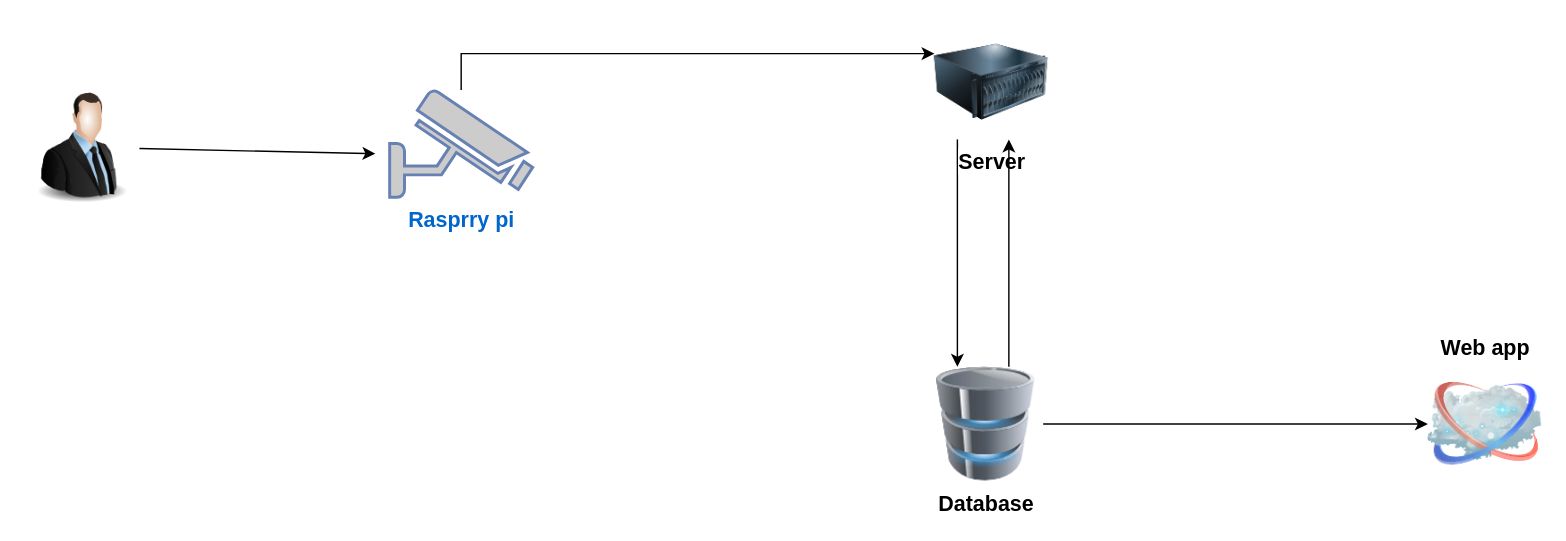
Linhnef/pythonProject keeps this draw.io diagram as Untitled Diagram.drawio. Above is the earlier version. Source tidied: cells renumbered, new cells numbered last; positions are measured from the earlier drawing's top-left corner, leaving out a move shared by most shapes. Both pictures are drawn from the tidied source at 143%, with x=0, y=0 at pixel (24, 24).
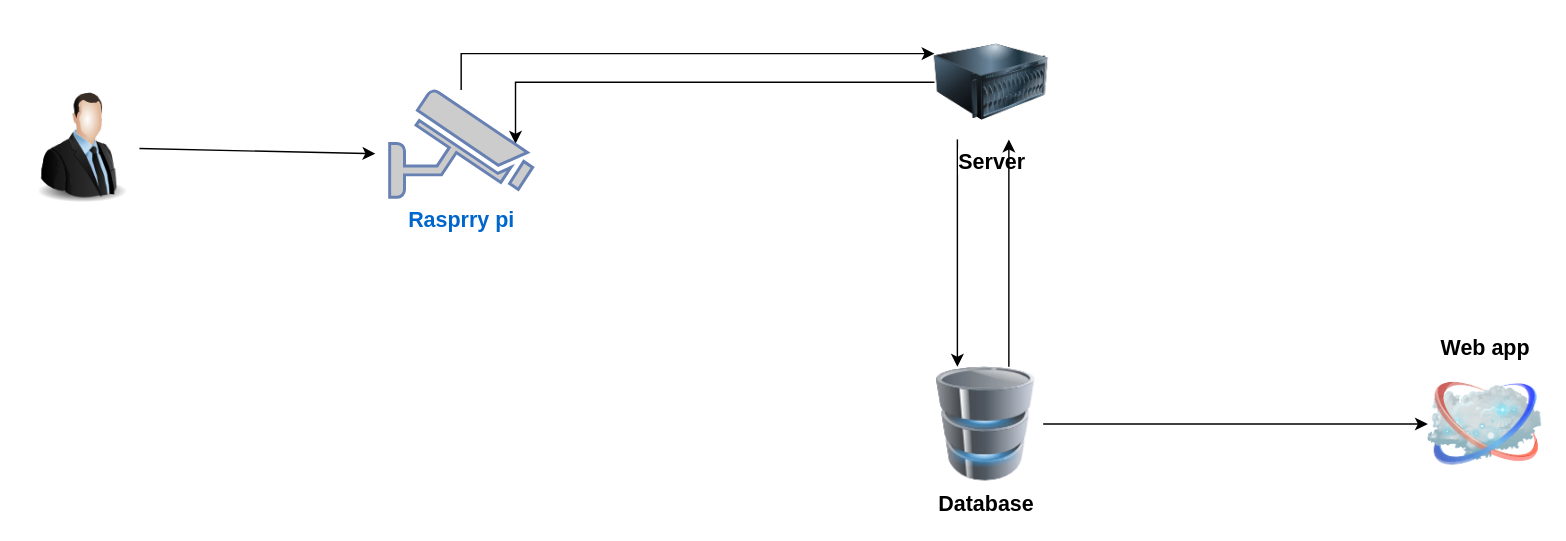
The same page after the edit.

The change refers to these unchanged cells:
```xml
<mxCell id="4" value="&lt;font style=&quot;font-size: 15px&quot;&gt;&lt;b&gt;Server&lt;/b&gt;&lt;/font&gt;" style="image;html=1;image=img/lib/clip_art/computers/Server_128x128.png;" parent="1" vertex="1">
  <mxGeometry x="636" width="80" height="80" as="geometry" />
</mxCell>
<mxCell id="10" value="&lt;font style=&quot;font-size: 15px&quot;&gt;&lt;b&gt;Rasprry pi&lt;/b&gt;&lt;/font&gt;" style="fontColor=#0066CC;verticalAlign=top;verticalLabelPosition=bottom;labelPosition=center;align=center;html=1;outlineConnect=0;fillColor=#CCCCCC;strokeColor=#6881B3;gradientColor=none;gradientDirection=north;strokeWidth=2;shape=mxgraph.networks.security_camera;" parent="1" vertex="1">
  <mxGeometry x="255" y="45.5" width="100" height="75" as="geometry" />
</mxCell>
```

Diff of the diagram source:
```diff
@@
+    <mxCell id="12" style="edgeStyle=orthogonalEdgeStyle;rounded=0;jettySize=auto;html=1;entryX=0.88;entryY=0.5;entryDx=0;entryDy=0;entryPerimeter=0;" parent="1" edge="1" source="4" target="10">
+      <mxGeometry relative="1" as="geometry">
+        <Array as="points">
+          <mxPoint x="343" y="40" />
+        </Array>
+      </mxGeometry>
+    </mxCell>
```
